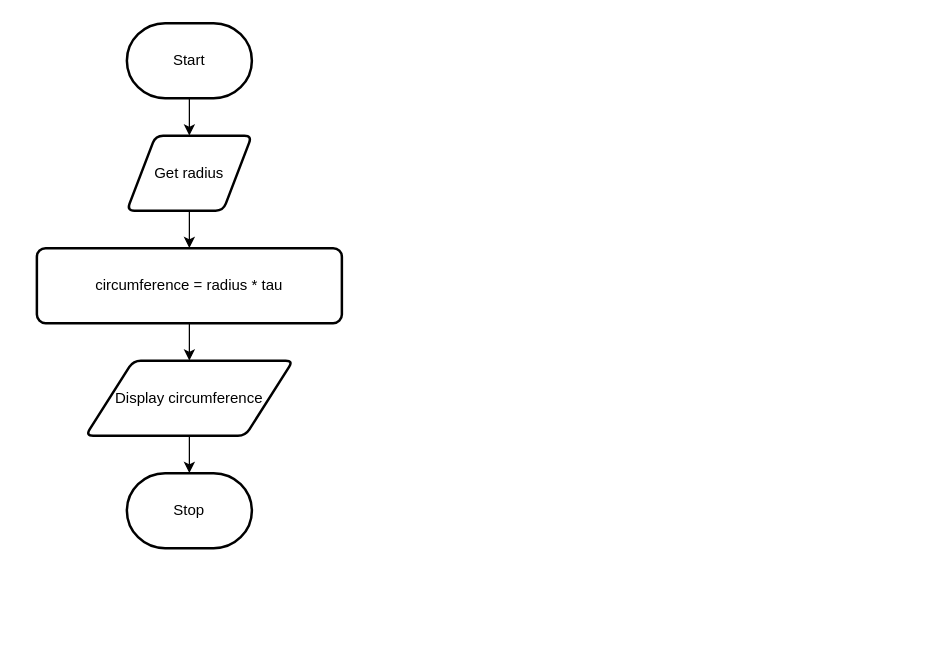
Earlier version of the draw.io diagram page "Flowchart" (2 of 2) of design.drawio (Samuel-Webster-178/ICS3U-Unit3-Unit3-04-Python). Source tidied: cells renumbered, new cells numbered last; positions are measured from the earlier drawing's top-left corner, leaving out a move shared by most shapes. Both pictures are drawn from the tidied source at 125%, with x=0, y=0 at pixel (36, 22).
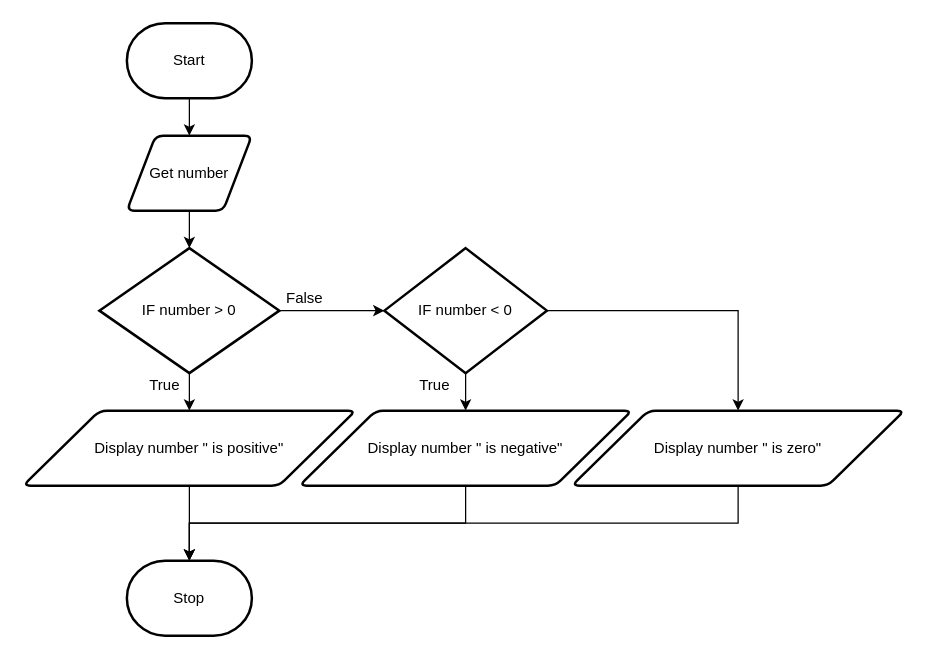
The same diagram, later.

Diff of the diagram source:
```diff
@@
-    <mxCell id="4" style="edgeStyle=none;html=1;" parent="1" edge="1" source="5" target="7">
-      <mxGeometry relative="1" as="geometry" />
+    <mxCell id="4" style="edgeStyle=none;html=1;" parent="1" edge="1" source="5">
+      <mxGeometry relative="1" as="geometry">
+        <mxPoint x="122" y="180" as="targetPoint" />
+      </mxGeometry>
     </mxCell>
-    <mxCell id="5" value="Get radius" style="shape=parallelogram;html=1;strokeWidth=2;perimeter=parallelogramPerimeter;whiteSpace=wrap;rounded=1;arcSize=12;size=0.23;" parent="1" vertex="1">
+    <mxCell id="5" value="Get number" style="shape=parallelogram;html=1;strokeWidth=2;perimeter=parallelogramPerimeter;whiteSpace=wrap;rounded=1;arcSize=12;size=0.23;" parent="1" vertex="1">
       <mxGeometry x="72" y="90" width="100" height="60" as="geometry" />
     </mxCell>
-    <mxCell id="6" style="edgeStyle=none;html=1;" parent="1" edge="1" source="7" target="9">
-      <mxGeometry relative="1" as="geometry" />
-    </mxCell>
-    <mxCell id="7" value="circumference = radius * tau" style="rounded=1;whiteSpace=wrap;html=1;absoluteArcSize=1;arcSize=14;strokeWidth=2;" parent="1" vertex="1">
-      <mxGeometry y="180" width="244" height="60" as="geometry" />
-    </mxCell>
-    <mxCell id="8" style="edgeStyle=none;html=1;" parent="1" edge="1" source="9" target="10">
-      <mxGeometry relative="1" as="geometry" />
-    </mxCell>
-    <mxCell id="9" value="Display circumference" style="shape=parallelogram;html=1;strokeWidth=2;perimeter=parallelogramPerimeter;whiteSpace=wrap;rounded=1;arcSize=12;size=0.23;" parent="1" vertex="1">
-      <mxGeometry x="39" y="270" width="166" height="60" as="geometry" />
-    </mxCell>
     <mxCell id="10" value="Stop" style="strokeWidth=2;html=1;shape=mxgraph.flowchart.terminator;whiteSpace=wrap;" parent="1" vertex="1">
-      <mxGeometry x="72" y="360" width="100" height="60" as="geometry" />
+      <mxGeometry x="72" y="430" width="100" height="60" as="geometry" />
     </mxCell>
+    <mxCell id="11" style="edgeStyle=none;html=1;" parent="1" edge="1" source="13" target="15">
+      <mxGeometry relative="1" as="geometry" />
+    </mxCell>
+    <mxCell id="12" style="edgeStyle=none;html=1;entryX=0;entryY=0.5;entryDx=0;entryDy=0;entryPerimeter=0;" parent="1" edge="1" source="13" target="19">
+      <mxGeometry relative="1" as="geometry" />
+    </mxCell>
+    <mxCell id="13" value="IF number &amp;gt; 0" style="strokeWidth=2;html=1;shape=mxgraph.flowchart.decision;whiteSpace=wrap;" parent="1" vertex="1">
+      <mxGeometry x="50" y="180" width="144" height="100" as="geometry" />
+    </mxCell>
+    <mxCell id="14" style="edgeStyle=orthogonalEdgeStyle;rounded=0;html=1;entryX=0.5;entryY=0;entryDx=0;entryDy=0;entryPerimeter=0;" parent="1" edge="1" source="15" target="10">
+      <mxGeometry relative="1" as="geometry" />
+    </mxCell>
+    <mxCell id="15" value="Display number &quot; is positive&quot;" style="shape=parallelogram;html=1;strokeWidth=2;perimeter=parallelogramPerimeter;whiteSpace=wrap;rounded=1;arcSize=12;size=0.23;" parent="1" vertex="1">
+      <mxGeometry x="-11" y="310" width="266" height="60" as="geometry" />
+    </mxCell>
+    <mxCell id="16" value="True" style="text;html=1;align=center;verticalAlign=middle;strokeColor=none;fillColor=none;" parent="1" vertex="1">
+      <mxGeometry x="82" y="280" width="40" height="20" as="geometry" />
+    </mxCell>
+    <mxCell id="17" style="edgeStyle=none;html=1;" parent="1" edge="1" source="19" target="22">
+      <mxGeometry relative="1" as="geometry" />
+    </mxCell>
+    <mxCell id="18" style="edgeStyle=orthogonalEdgeStyle;html=1;entryX=0.5;entryY=0;entryDx=0;entryDy=0;rounded=0;" parent="1" edge="1" source="19" target="25">
+      <mxGeometry relative="1" as="geometry" />
+    </mxCell>
+    <mxCell id="19" value="IF number &amp;lt; 0" style="strokeWidth=2;html=1;shape=mxgraph.flowchart.decision;whiteSpace=wrap;" parent="1" vertex="1">
+      <mxGeometry x="278" y="180" width="130" height="100" as="geometry" />
+    </mxCell>
+    <mxCell id="20" value="False" style="text;html=1;align=center;verticalAlign=middle;strokeColor=none;fillColor=none;" parent="1" vertex="1">
+      <mxGeometry x="194" y="210" width="40" height="20" as="geometry" />
+    </mxCell>
+    <mxCell id="21" style="edgeStyle=orthogonalEdgeStyle;rounded=0;html=1;entryX=0.5;entryY=0;entryDx=0;entryDy=0;entryPerimeter=0;" parent="1" edge="1" source="22" target="10">
+      <mxGeometry relative="1" as="geometry">
+        <Array as="points">
+          <mxPoint x="343" y="400" />
+          <mxPoint x="122" y="400" />
+        </Array>
+      </mxGeometry>
+    </mxCell>
+    <mxCell id="22" value="Display number &quot; is negative&quot;" style="shape=parallelogram;html=1;strokeWidth=2;perimeter=parallelogramPerimeter;whiteSpace=wrap;rounded=1;arcSize=12;size=0.23;" parent="1" vertex="1">
+      <mxGeometry x="210" y="310" width="266" height="60" as="geometry" />
+    </mxCell>
+    <mxCell id="23" value="True" style="text;html=1;align=center;verticalAlign=middle;strokeColor=none;fillColor=none;" parent="1" vertex="1">
+      <mxGeometry x="298" y="280" width="40" height="20" as="geometry" />
+    </mxCell>
+    <mxCell id="24" style="edgeStyle=orthogonalEdgeStyle;rounded=0;html=1;" parent="1" edge="1" source="25" target="10">
+      <mxGeometry relative="1" as="geometry">
+        <Array as="points">
+          <mxPoint x="561" y="400" />
+          <mxPoint x="122" y="400" />
+        </Array>
+      </mxGeometry>
+    </mxCell>
+    <mxCell id="25" value="Display number &quot; is zero&quot;" style="shape=parallelogram;html=1;strokeWidth=2;perimeter=parallelogramPerimeter;whiteSpace=wrap;rounded=1;arcSize=12;size=0.23;" parent="1" vertex="1">
+      <mxGeometry x="428" y="310" width="266" height="60" as="geometry" />
+    </mxCell>
```
